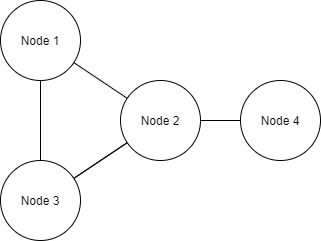
This is Example2.png from joelhwang/CS-3310-Hamiltonion-Circuit, a draw.io export, as it was before one commit. Source tidied: cells renumbered, new cells last; positions are measured from the earlier drawing's top-left corner, leaving out a move shared by most shapes. Its diagram source:
```xml
<mxGraphModel>
  <root>
    <mxCell id="0" />
    <mxCell id="1" parent="0" />
    <mxCell id="2" value="Node 1" style="ellipse;whiteSpace=wrap;html=1;" parent="1" vertex="1">
      <mxGeometry width="80" height="80" as="geometry" />
    </mxCell>
    <mxCell id="3" value="Node 2" style="ellipse;whiteSpace=wrap;html=1;" parent="1" vertex="1">
      <mxGeometry x="120" y="80" width="80" height="80" as="geometry" />
    </mxCell>
    <mxCell id="4" value="Node 4" style="ellipse;whiteSpace=wrap;html=1;" parent="1" vertex="1">
      <mxGeometry x="240" y="80" width="80" height="80" as="geometry" />
    </mxCell>
    <mxCell id="5" style="endArrow=none;html=1;" parent="1" edge="1" source="2" target="3">
      <mxGeometry relative="1" as="geometry" />
    </mxCell>
    <mxCell id="6" style="endArrow=none;html=1;" parent="1" edge="1" source="2" target="9">
      <mxGeometry relative="1" as="geometry" />
    </mxCell>
    <mxCell id="7" style="endArrow=none;html=1;" parent="1" edge="1" source="9" target="3">
      <mxGeometry relative="1" as="geometry" />
    </mxCell>
    <mxCell id="8" style="endArrow=none;html=1;startArrow=none;" parent="1" edge="1" source="9" target="3">
      <mxGeometry relative="1" as="geometry" />
    </mxCell>
    <mxCell id="9" value="Node 3" style="ellipse;whiteSpace=wrap;html=1;" parent="1" vertex="1">
      <mxGeometry y="160" width="80" height="80" as="geometry" />
    </mxCell>
    <mxCell id="10" style="endArrow=none;html=1;" parent="1" edge="1" source="4" target="3">
      <mxGeometry relative="1" as="geometry" />
    </mxCell>
  </root>
</mxGraphModel>
```
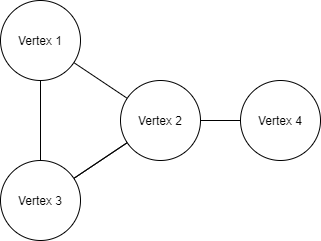
The same file after the commit.

The edit, as a diff of the source:
```diff
@@ -2,13 +2,13 @@
   <root>
     <mxCell id="0" />
     <mxCell id="1" parent="0" />
-    <mxCell id="2" value="Node 1" style="ellipse;whiteSpace=wrap;html=1;" parent="1" vertex="1">
+    <mxCell id="2" value="Vertex 1" style="ellipse;whiteSpace=wrap;html=1;" parent="1" vertex="1">
       <mxGeometry width="80" height="80" as="geometry" />
     </mxCell>
-    <mxCell id="3" value="Node 2" style="ellipse;whiteSpace=wrap;html=1;" parent="1" vertex="1">
+    <mxCell id="3" value="Vertex 2" style="ellipse;whiteSpace=wrap;html=1;" parent="1" vertex="1">
       <mxGeometry x="120" y="80" width="80" height="80" as="geometry" />
     </mxCell>
-    <mxCell id="4" value="Node 4" style="ellipse;whiteSpace=wrap;html=1;" parent="1" vertex="1">
+    <mxCell id="4" value="Vertex 4" style="ellipse;whiteSpace=wrap;html=1;" parent="1" vertex="1">
       <mxGeometry x="240" y="80" width="80" height="80" as="geometry" />
     </mxCell>
     <mxCell id="5" style="endArrow=none;html=1;" parent="1" edge="1" source="2" target="3">
@@ -23,7 +23,7 @@
     <mxCell id="8" style="endArrow=none;html=1;startArrow=none;" parent="1" edge="1" source="9" target="3">
       <mxGeometry relative="1" as="geometry" />
     </mxCell>
-    <mxCell id="9" value="Node 3" style="ellipse;whiteSpace=wrap;html=1;" parent="1" vertex="1">
+    <mxCell id="9" value="Vertex 3" style="ellipse;whiteSpace=wrap;html=1;" parent="1" vertex="1">
       <mxGeometry y="160" width="80" height="80" as="geometry" />
     </mxCell>
     <mxCell id="10" style="endArrow=none;html=1;" parent="1" edge="1" source="4" target="3">
```
